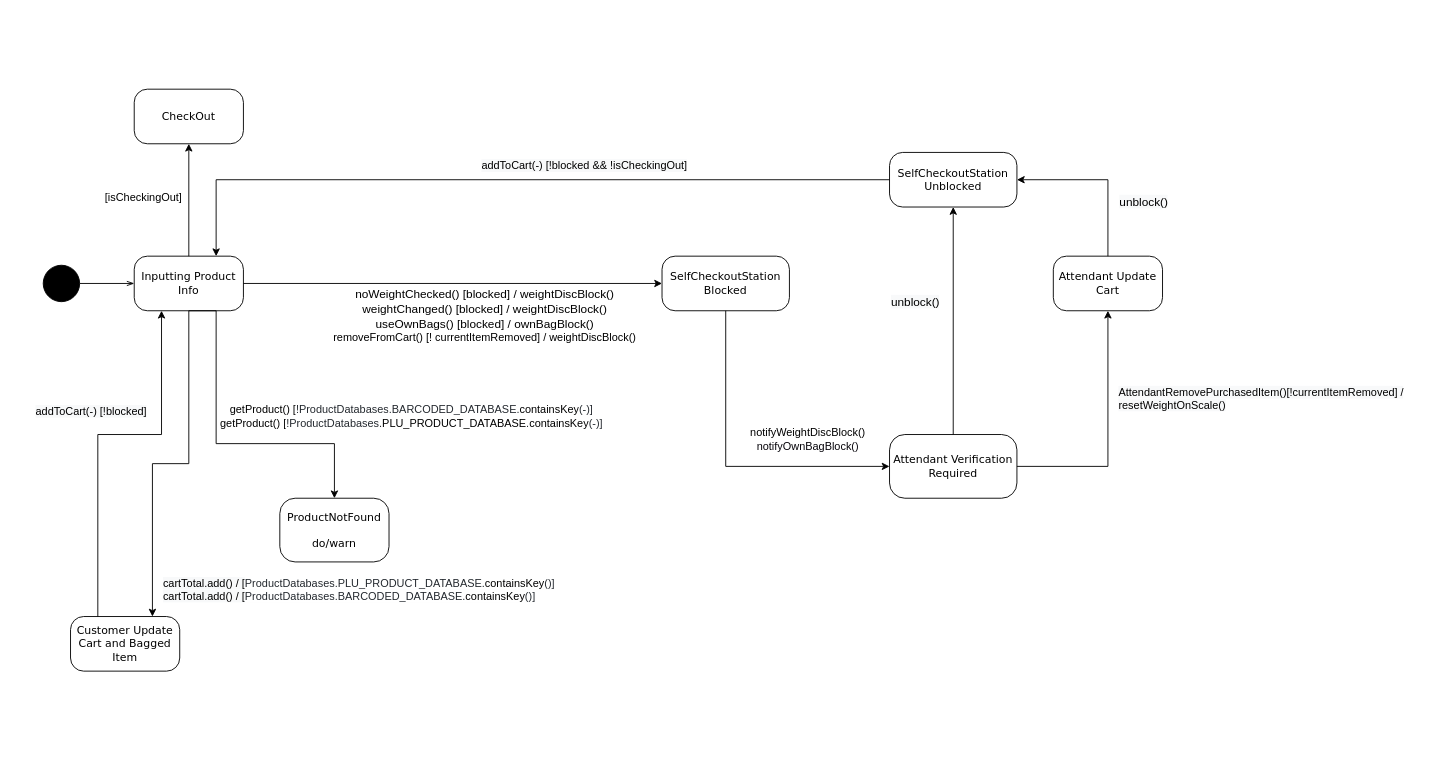
Earlier version of the draw.io diagram page "Scanning/Bagging State Diagram" (2 of 2) of Diagrams/StateDiagrams/Bagging and Scanning Generalized state diagram.drawio (adam-25/Self-Checkout-System). Source tidied: cells renumbered, new cells numbered last; positions are measured from the earlier drawing's top-left corner, leaving out a move shared by most shapes. Both pictures are drawn from the tidied source at 91%, with x=0, y=0 at pixel (34, 88).
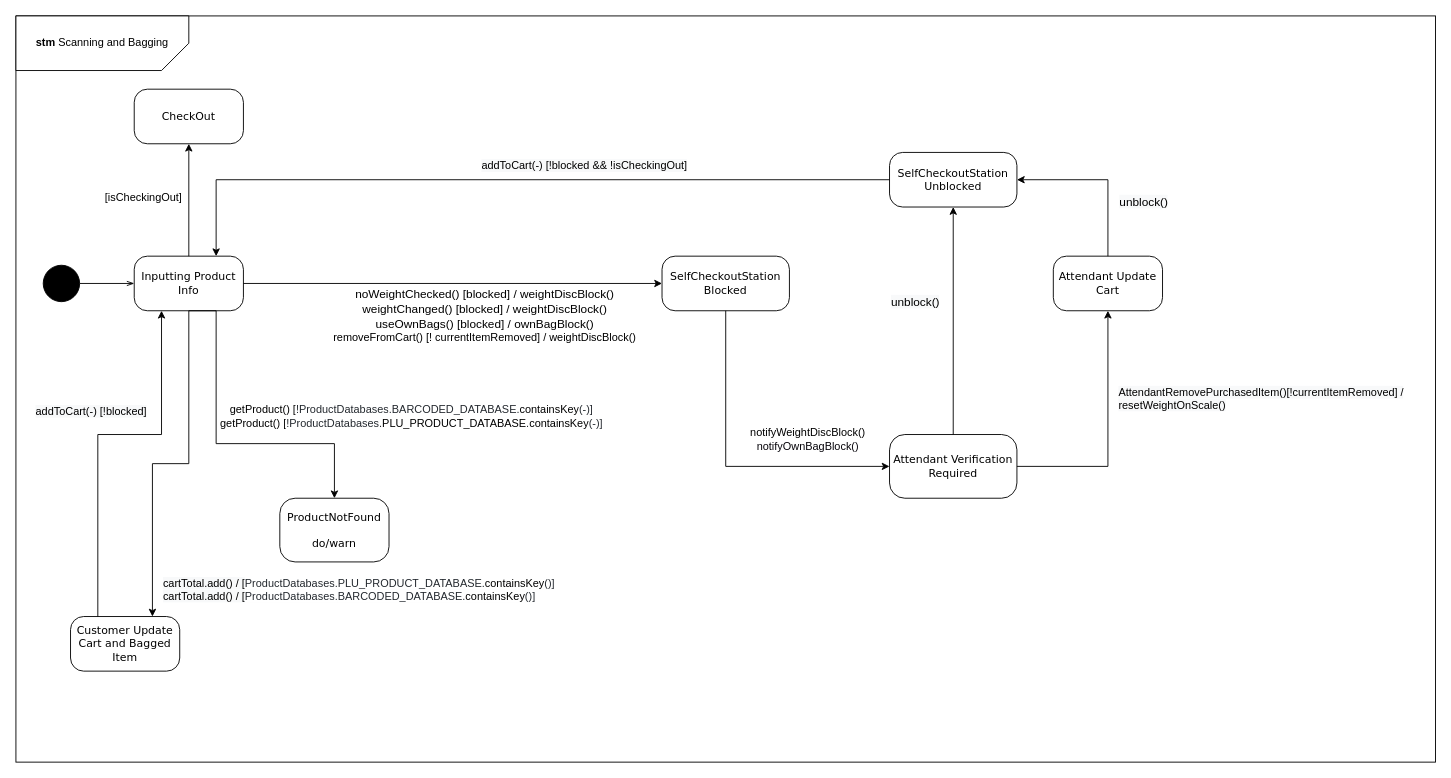
The same diagram, later.

What changed in the source:
```diff
@@
+    <mxCell id="32" style="rounded=0;whiteSpace=wrap;html=1;fillColor=none;gradientColor=#ffffff;" parent="1" vertex="1">
+      <mxGeometry x="-20" y="-80" width="1560" height="820" as="geometry" />
+    </mxCell>
+    <mxCell id="33" value="&lt;b&gt;stm&amp;nbsp;&lt;/b&gt;Scanning and Bagging" style="shape=card;whiteSpace=wrap;html=1;fillColor=default;gradientColor=#ffffff;gradientDirection=north;direction=west;" parent="1" vertex="1">
+      <mxGeometry x="-20" y="-80" width="190" height="60" as="geometry" />
+    </mxCell>
```
